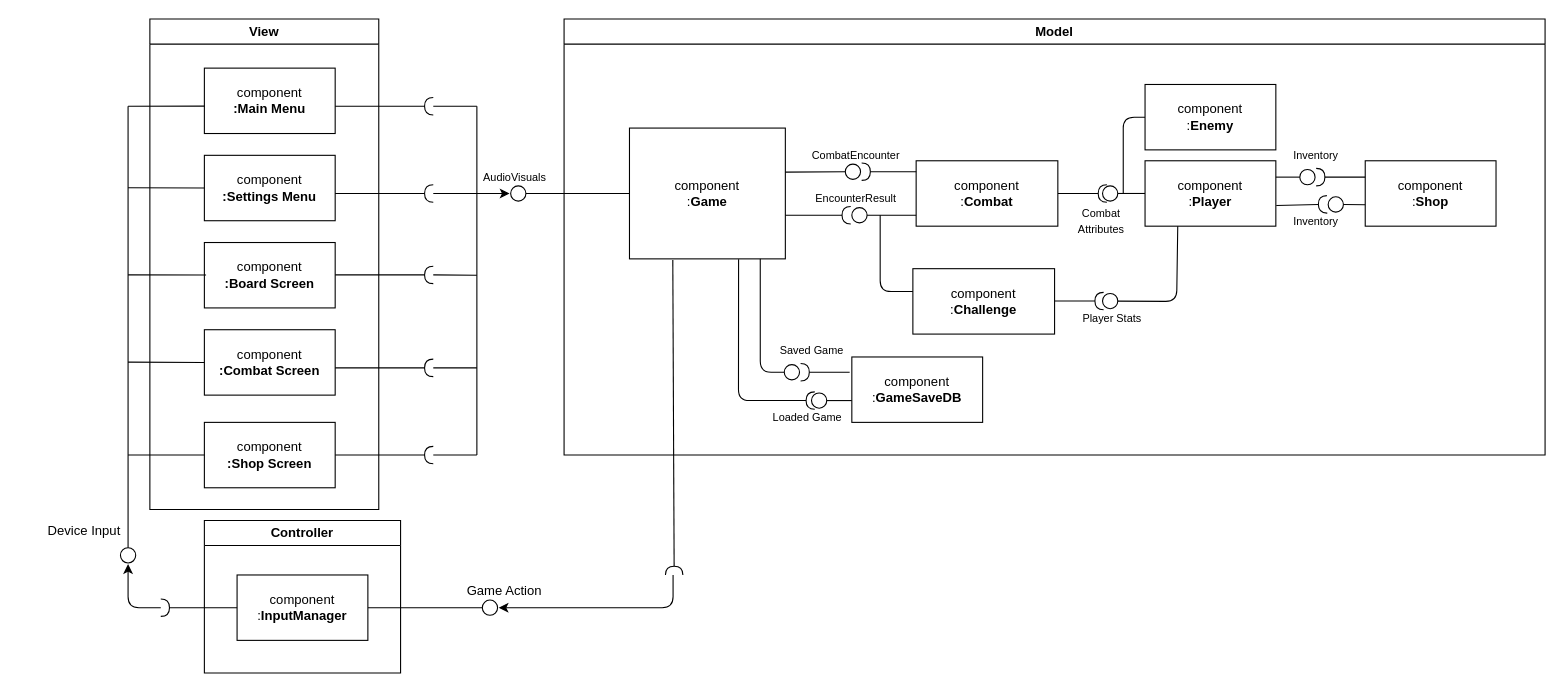
Earlier version of the draw.io diagram NOTCODE/component.drawio (LeoAUT1/COMP602-Assignment-1). Source tidied: cells renumbered, new cells numbered last; positions are measured from the earlier drawing's top-left corner, leaving out a move shared by most shapes. Both pictures are drawn from the tidied source at 109%, with x=0, y=0 at pixel (19, 19).
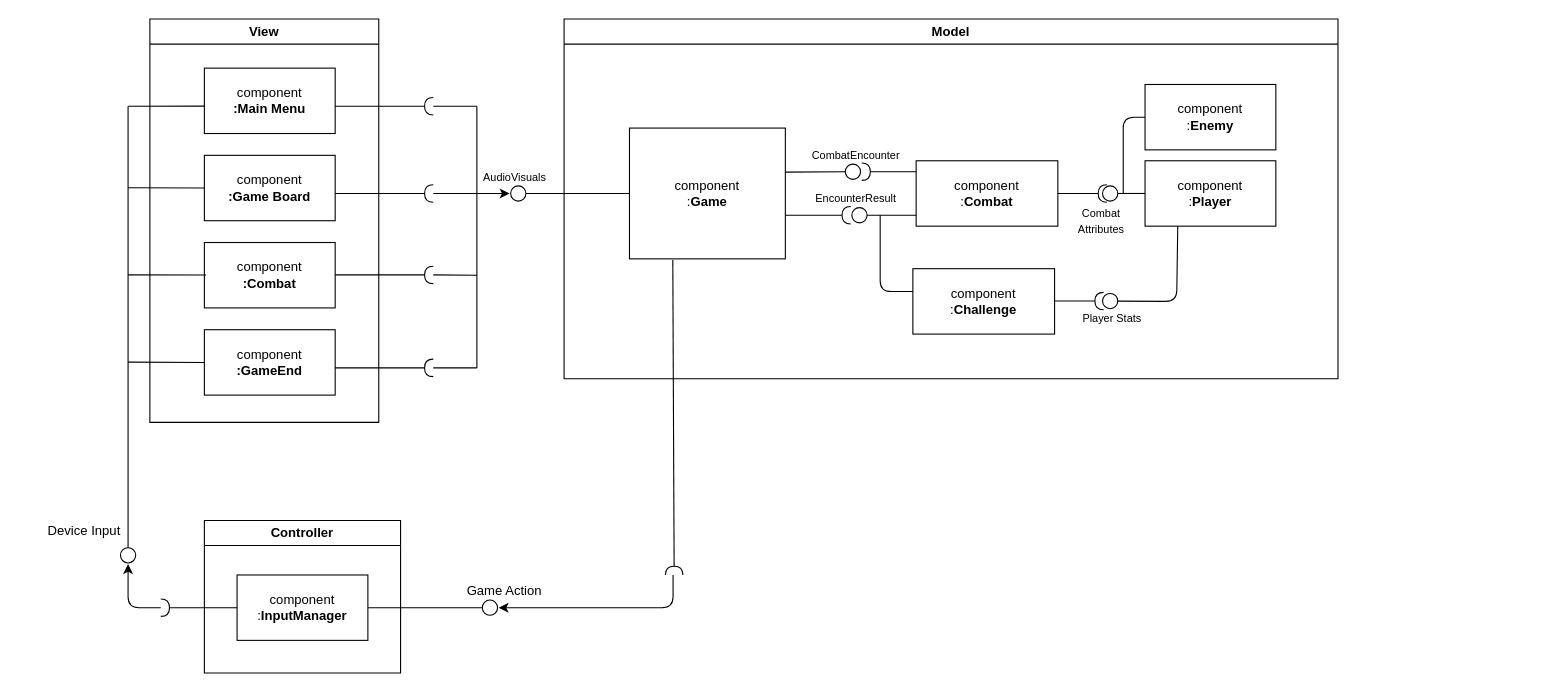
The same diagram, later.

Commit message (it also covers changes not shown here):
Update class and component umls

Unchanged cells that the change refers to:
```xml
<mxCell id="15" value="component&lt;br&gt;:&lt;b&gt;Player&lt;/b&gt;" style="rounded=0;whiteSpace=wrap;html=1;" parent="12" vertex="1">
  <mxGeometry x="533" y="130" width="120" height="60" as="geometry" />
</mxCell>
<mxCell id="16" value="component&lt;br&gt;:&lt;b&gt;Game&lt;/b&gt;" style="rounded=0;whiteSpace=wrap;html=1;" parent="12" vertex="1">
  <mxGeometry x="60" y="100" width="143" height="120" as="geometry" />
</mxCell>
```

Change to the diagram source:
```diff
@@
     <mxCell id="2" value="View" style="swimlane;whiteSpace=wrap;html=1;" parent="1" vertex="1">
-      <mxGeometry x="120" width="210" height="450" as="geometry" />
+      <mxGeometry x="120" width="210" height="370" as="geometry" />
     </mxCell>
@@
-    <mxCell id="4" value="component&lt;br&gt;&lt;b&gt;:Settings Menu&lt;/b&gt;" style="rounded=0;whiteSpace=wrap;html=1;" parent="2" vertex="1">
+    <mxCell id="4" value="component&lt;br&gt;&lt;b&gt;:Game Board&lt;/b&gt;" style="rounded=0;whiteSpace=wrap;html=1;" parent="2" vertex="1">
       <mxGeometry x="50" y="125" width="120" height="60" as="geometry" />
     </mxCell>
-    <mxCell id="5" value="component&lt;br&gt;&lt;b&gt;:Board Screen&lt;/b&gt;" style="rounded=0;whiteSpace=wrap;html=1;" parent="2" vertex="1">
+    <mxCell id="5" value="component&lt;br&gt;&lt;b&gt;:Combat&lt;/b&gt;" style="rounded=0;whiteSpace=wrap;html=1;" parent="2" vertex="1">
       <mxGeometry x="50" y="205" width="120" height="60" as="geometry" />
     </mxCell>
-    <mxCell id="6" value="component&lt;br&gt;&lt;b&gt;:Combat Screen&lt;/b&gt;" style="rounded=0;whiteSpace=wrap;html=1;" parent="2" vertex="1">
+    <mxCell id="6" value="component&lt;br&gt;&lt;b&gt;:GameEnd&lt;/b&gt;" style="rounded=0;whiteSpace=wrap;html=1;" parent="2" vertex="1">
       <mxGeometry x="50" y="285" width="120" height="60" as="geometry" />
     </mxCell>
-    <mxCell id="7" value="component&lt;br&gt;&lt;b&gt;:Shop Screen&lt;/b&gt;" style="rounded=0;whiteSpace=wrap;html=1;" parent="2" vertex="1">
-      <mxGeometry x="50" y="370" width="120" height="60" as="geometry" />
-    </mxCell>
@@
     <mxCell id="12" value="Model" style="swimlane;whiteSpace=wrap;html=1;" parent="1" vertex="1">
-      <mxGeometry x="500" width="900" height="400" as="geometry" />
+      <mxGeometry x="500" width="710" height="330" as="geometry" />
     </mxCell>
-    <mxCell id="13" style="edgeStyle=none;html=1;exitX=0.005;exitY=0.672;exitDx=0;exitDy=0;endArrow=circle;endFill=0;exitPerimeter=0;" parent="12" edge="1" source="18">
-      <mxGeometry relative="1" as="geometry">
-        <mxPoint x="700" y="170" as="targetPoint" />
-      </mxGeometry>
-    </mxCell>
@@
-    <mxCell id="18" value="component&lt;br&gt;:&lt;b&gt;Shop&lt;/b&gt;" style="rounded=0;whiteSpace=wrap;html=1;" parent="12" vertex="1">
-      <mxGeometry x="735" y="130" width="120" height="60" as="geometry" />
-    </mxCell>
@@
-    <mxCell id="23" value="&lt;font style=&quot;font-size: 10px;&quot;&gt;Inventory&lt;/font&gt;" style="text;html=1;align=center;verticalAlign=middle;whiteSpace=wrap;rounded=0;" parent="12" vertex="1">
-      <mxGeometry x="660" y="110" width="60" height="30" as="geometry" />
-    </mxCell>
-    <mxCell id="24" style="edgeStyle=none;html=1;exitX=1.003;exitY=0.684;exitDx=0;exitDy=0;endArrow=halfCircle;endFill=0;exitPerimeter=0;" parent="12" edge="1" source="15">
-      <mxGeometry relative="1" as="geometry">
-        <mxPoint x="700" y="170" as="targetPoint" />
-      </mxGeometry>
-    </mxCell>
-    <mxCell id="25" style="edgeStyle=none;html=1;exitX=1;exitY=0.25;exitDx=0;exitDy=0;endArrow=circle;endFill=0;" parent="12" edge="1" source="15">
-      <mxGeometry relative="1" as="geometry">
-        <mxPoint x="690" y="145" as="targetPoint" />
-      </mxGeometry>
-    </mxCell>
-    <mxCell id="26" value="&lt;font style=&quot;font-size: 10px;&quot;&gt;Inventory&lt;/font&gt;" style="text;html=1;align=center;verticalAlign=middle;whiteSpace=wrap;rounded=0;" parent="12" vertex="1">
-      <mxGeometry x="660" y="170" width="60" height="30" as="geometry" />
-    </mxCell>
@@
-    <mxCell id="33" style="edgeStyle=none;html=1;exitX=0;exitY=0.25;exitDx=0;exitDy=0;endArrow=halfCircle;endFill=0;" parent="12" edge="1" source="18">
-      <mxGeometry relative="1" as="geometry">
-        <mxPoint x="690" y="145" as="targetPoint" />
-      </mxGeometry>
-    </mxCell>
@@
-    <mxCell id="39" value="component&lt;br&gt;:&lt;b&gt;GameSaveDB&lt;/b&gt;" style="rounded=0;whiteSpace=wrap;html=1;" parent="12" vertex="1">
-      <mxGeometry x="264" y="310" width="120" height="60" as="geometry" />
-    </mxCell>
-    <mxCell id="40" style="edgeStyle=none;html=1;endArrow=circle;endFill=0;" parent="12" edge="1">
-      <mxGeometry relative="1" as="geometry">
-        <mxPoint x="264" y="350" as="sourcePoint" />
-        <mxPoint x="226" y="350" as="targetPoint" />
-      </mxGeometry>
-    </mxCell>
-    <mxCell id="41" value="&lt;font style=&quot;font-size: 10px;&quot;&gt;Loaded Game&lt;/font&gt;" style="text;html=1;align=center;verticalAlign=middle;whiteSpace=wrap;rounded=0;" parent="12" vertex="1">
-      <mxGeometry x="187" y="350" width="73" height="30" as="geometry" />
-    </mxCell>
-    <mxCell id="42" style="edgeStyle=none;html=1;exitX=0.7;exitY=1.003;exitDx=0;exitDy=0;endArrow=halfCircle;endFill=0;exitPerimeter=0;" parent="12" edge="1" source="16">
-      <mxGeometry relative="1" as="geometry">
-        <mxPoint x="230" y="350" as="targetPoint" />
-        <Array as="points">
-          <mxPoint x="160" y="350" />
-        </Array>
-      </mxGeometry>
-    </mxCell>
-    <mxCell id="43" style="edgeStyle=none;html=1;exitX=0.839;exitY=1;exitDx=0;exitDy=0;endArrow=circle;endFill=0;exitPerimeter=0;" parent="12" edge="1" source="16">
-      <mxGeometry relative="1" as="geometry">
-        <mxPoint x="217" y="324" as="targetPoint" />
-        <Array as="points">
-          <mxPoint x="180" y="324" />
-        </Array>
-      </mxGeometry>
-    </mxCell>
-    <mxCell id="44" value="&lt;font style=&quot;font-size: 10px;&quot;&gt;Saved Game&lt;/font&gt;" style="text;html=1;align=center;verticalAlign=middle;whiteSpace=wrap;rounded=0;" parent="12" vertex="1">
-      <mxGeometry x="191" y="289" width="73" height="30" as="geometry" />
-    </mxCell>
-    <mxCell id="45" style="edgeStyle=none;html=1;exitX=0;exitY=0.25;exitDx=0;exitDy=0;endArrow=halfCircle;endFill=0;" parent="12" edge="1">
-      <mxGeometry relative="1" as="geometry">
-        <mxPoint x="262" y="324" as="sourcePoint" />
-        <mxPoint x="217" y="324" as="targetPoint" />
-      </mxGeometry>
-    </mxCell>
@@
-    <mxCell id="53" style="endArrow=none;html=1;" parent="1" edge="1">
-      <mxGeometry relative="1" as="geometry">
-        <mxPoint x="380" y="400" as="sourcePoint" />
-        <mxPoint x="420" y="400" as="targetPoint" />
-      </mxGeometry>
-    </mxCell>
-    <mxCell id="54" style="endArrow=halfCircle;html=1;endFill=0;" parent="1" edge="1">
-      <mxGeometry relative="1" as="geometry">
-        <mxPoint x="290" y="400" as="sourcePoint" />
-        <mxPoint x="380" y="400" as="targetPoint" />
-      </mxGeometry>
-    </mxCell>
     <mxCell id="55" style="endArrow=none;html=1;" parent="1" edge="1">
       <mxGeometry relative="1" as="geometry">
-        <mxPoint x="420" y="400" as="sourcePoint" />
+        <mxPoint x="420" y="320" as="sourcePoint" />
         <mxPoint x="420" y="80" as="targetPoint" />
       </mxGeometry>
     </mxCell>
@@
-    <mxCell id="57" style="endArrow=none;html=1;entryX=0;entryY=0.5;entryDx=0;entryDy=0;" parent="1" edge="1" target="7">
-      <mxGeometry relative="1" as="geometry">
-        <mxPoint x="100" y="400" as="sourcePoint" />
-      </mxGeometry>
-    </mxCell>
```
